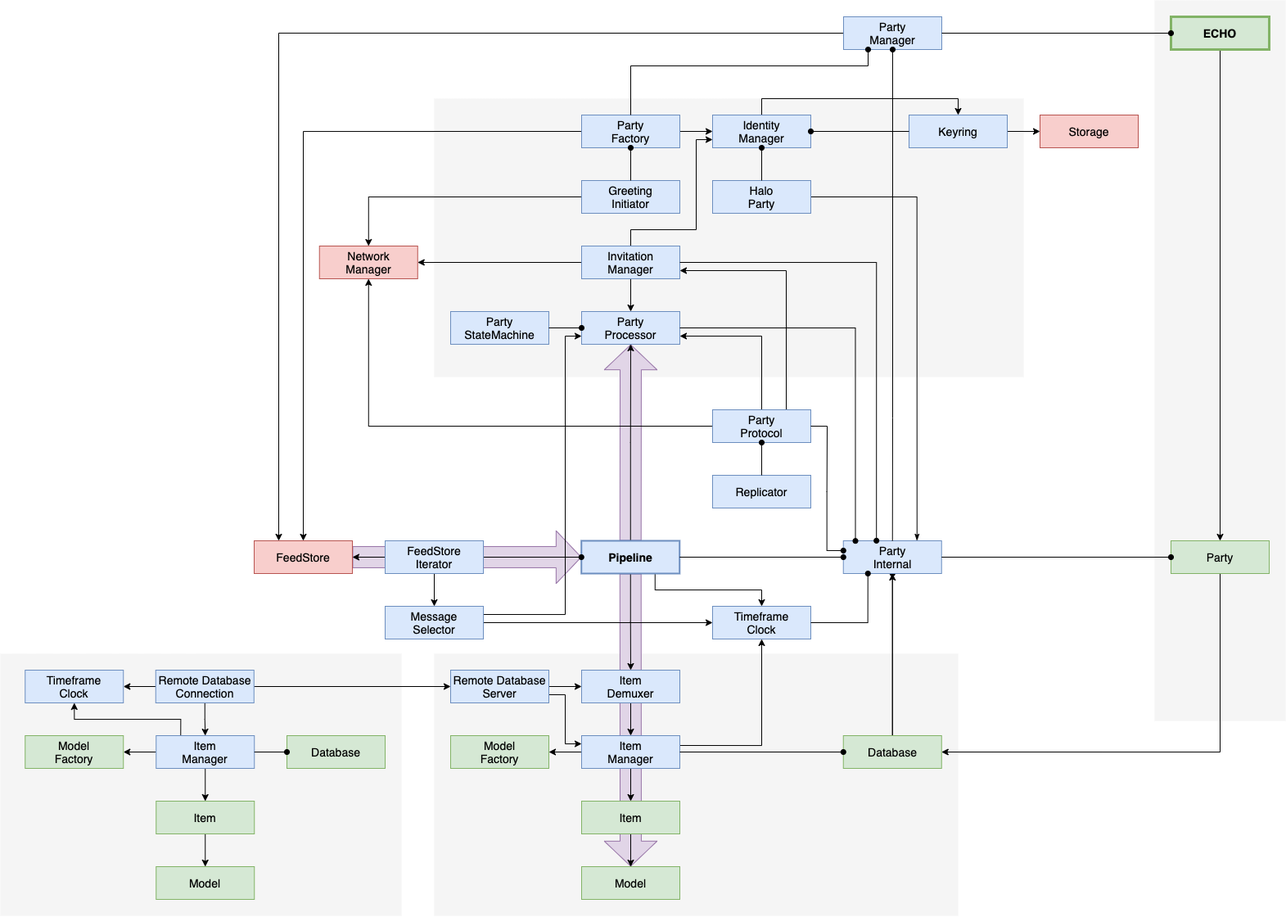
Earlier version of the draw.io export docs/content/diagrams/data-processing-2.png (dxos/echo). Source tidied: cells renumbered, new cells last; positions are measured from the earlier drawing's top-left corner, leaving out a move shared by most shapes.
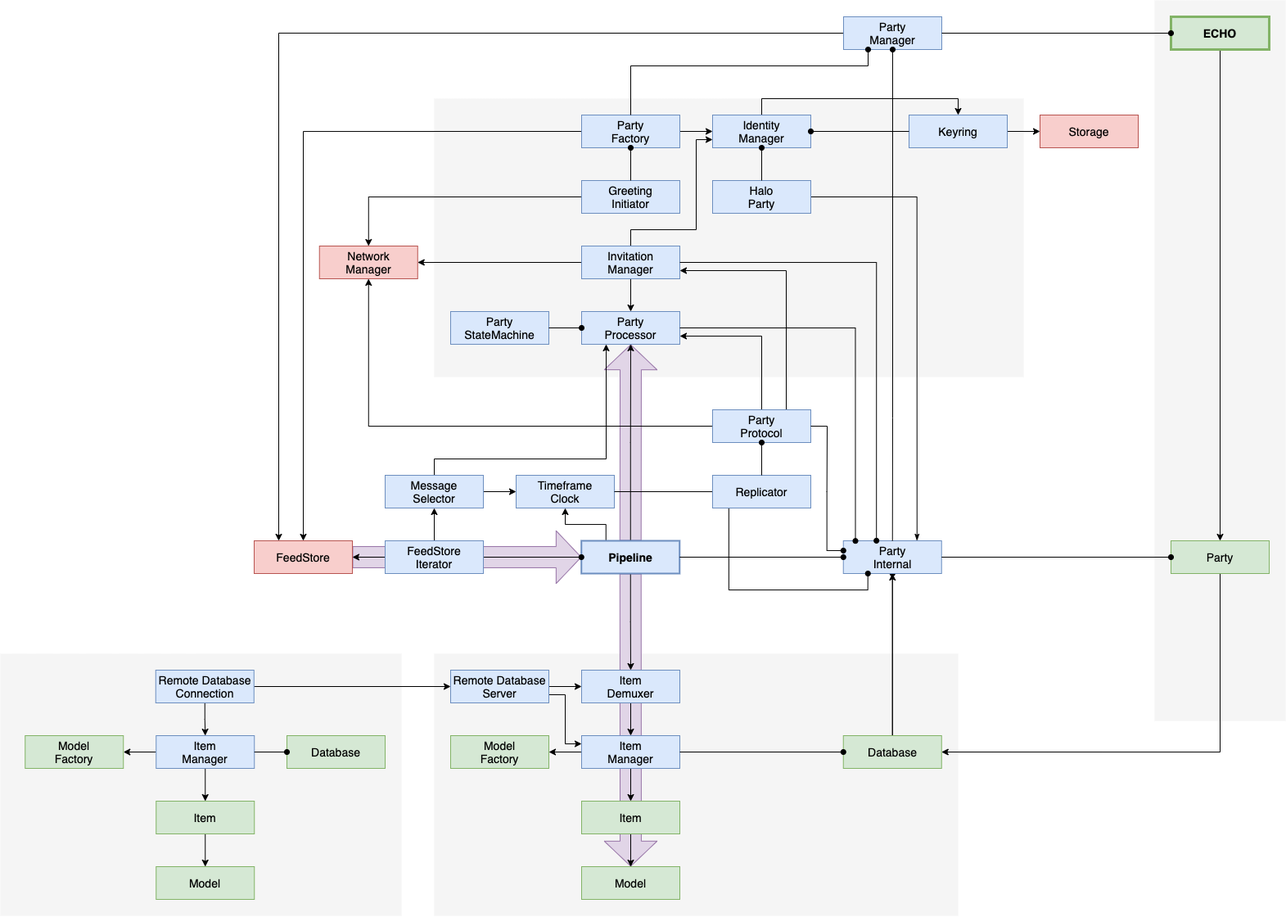
Later version of the same file.

What changed in the source:
```diff
@@ -40,14 +40,6 @@
     <mxCell id="13" style="edgeStyle=orthogonalEdgeStyle;rounded=0;jettySize=auto;html=1;exitX=0.5;exitY=1;exitDx=0;exitDy=0;" parent="1" edge="1" source="63" target="17">
       <mxGeometry relative="1" as="geometry" />
     </mxCell>
-    <mxCell id="14" style="edgeStyle=orthogonalEdgeStyle;rounded=0;jettySize=auto;html=1;" parent="1" edge="1" target="25">
-      <mxGeometry relative="1" as="geometry">
-        <mxPoint x="830" y="910" as="sourcePoint" />
-        <Array as="points">
-          <mxPoint x="930" y="910" />
-        </Array>
-      </mxGeometry>
-    </mxCell>
     <mxCell id="15" style="edgeStyle=orthogonalEdgeStyle;rounded=0;jettySize=auto;html=1;exitX=0;exitY=0.5;exitDx=0;exitDy=0;entryX=1;entryY=0.5;entryDx=0;entryDy=0;" parent="1" edge="1" source="63" target="35">
       <mxGeometry relative="1" as="geometry" />
     </mxCell>
@@ -66,7 +58,7 @@
     <mxCell id="20" style="edgeStyle=orthogonalEdgeStyle;rounded=0;jettySize=auto;html=1;exitX=0.5;exitY=0;exitDx=0;exitDy=0;" parent="1" edge="1" source="22" target="23">
       <mxGeometry relative="1" as="geometry" />
     </mxCell>
-    <mxCell id="21" style="edgeStyle=orthogonalEdgeStyle;rounded=0;jettySize=auto;html=1;exitX=0.75;exitY=1;exitDx=0;exitDy=0;" parent="1" edge="1" source="22" target="25">
+    <mxCell id="21" style="edgeStyle=orthogonalEdgeStyle;rounded=0;jettySize=auto;html=1;exitX=0.25;exitY=0;exitDx=0;exitDy=0;" parent="1" edge="1" source="22" target="25">
       <mxGeometry relative="1" as="geometry" />
     </mxCell>
     <mxCell id="22" value="Pipeline" style="rounded=0;whiteSpace=wrap;html=1;fontSize=14;fontFamily=Helvetica;fillColor=#dae8fc;strokeColor=#6c8ebf;fontStyle=1;strokeWidth=2;" parent="1" vertex="1">
@@ -79,7 +71,7 @@
       <mxGeometry x="550" y="380" width="120" height="40" as="geometry" />
     </mxCell>
     <mxCell id="25" value="Timeframe&lt;br&gt;Clock" style="rounded=0;whiteSpace=wrap;html=1;fontSize=14;fontFamily=Helvetica;fillColor=#dae8fc;strokeColor=#6c8ebf;fontStyle=0;strokeWidth=1;" parent="1" vertex="1">
-      <mxGeometry x="870" y="740" width="120" height="40" as="geometry" />
+      <mxGeometry x="630" y="580" width="120" height="40" as="geometry" />
     </mxCell>
     <mxCell id="26" value="Identity&lt;br&gt;Manager" style="rounded=0;whiteSpace=wrap;html=1;fontSize=14;fontFamily=Helvetica;fillColor=#dae8fc;strokeColor=#6c8ebf;fontStyle=0;strokeWidth=1;" parent="1" vertex="1">
       <mxGeometry x="870" y="140" width="120" height="40" as="geometry" />
@@ -149,7 +141,7 @@
     <mxCell id="43" style="edgeStyle=orthogonalEdgeStyle;rounded=0;jettySize=auto;html=1;exitX=0;exitY=0.5;exitDx=0;exitDy=0;" parent="1" edge="1" source="80" target="62">
       <mxGeometry relative="1" as="geometry" />
     </mxCell>
-    <mxCell id="44" style="edgeStyle=orthogonalEdgeStyle;rounded=0;jettySize=auto;html=1;exitX=0.5;exitY=1;exitDx=0;exitDy=0;endArrow=classic;" parent="1" edge="1" source="80" target="58">
+    <mxCell id="44" style="edgeStyle=orthogonalEdgeStyle;rounded=0;jettySize=auto;html=1;exitX=0.5;exitY=0;exitDx=0;exitDy=0;endArrow=classic;" parent="1" edge="1" source="80" target="58">
       <mxGeometry relative="1" as="geometry" />
     </mxCell>
     <mxCell id="45" style="edgeStyle=orthogonalEdgeStyle;rounded=0;jettySize=auto;html=1;exitX=0.5;exitY=1;exitDx=0;exitDy=0;entryX=0.5;entryY=0;entryDx=0;entryDy=0;" parent="1" edge="1" source="46" target="63">
@@ -188,16 +180,16 @@
     <mxCell id="56" style="edgeStyle=orthogonalEdgeStyle;rounded=0;jettySize=auto;html=1;exitX=1;exitY=0.5;exitDx=0;exitDy=0;entryX=0;entryY=0.5;entryDx=0;entryDy=0;" parent="1" edge="1" source="58" target="25">
       <mxGeometry relative="1" as="geometry" />
     </mxCell>
-    <mxCell id="57" style="edgeStyle=orthogonalEdgeStyle;rounded=0;jettySize=auto;html=1;exitX=1;exitY=0.25;exitDx=0;exitDy=0;entryX=0;entryY=0.75;entryDx=0;entryDy=0;" parent="1" edge="1" source="58" target="23">
+    <mxCell id="57" style="edgeStyle=orthogonalEdgeStyle;rounded=0;jettySize=auto;html=1;exitX=0.5;exitY=0;exitDx=0;exitDy=0;entryX=0.25;entryY=1;entryDx=0;entryDy=0;" parent="1" edge="1" source="58" target="23">
       <mxGeometry relative="1" as="geometry">
         <Array as="points">
-          <mxPoint x="690" y="750" />
-          <mxPoint x="690" y="410" />
+          <mxPoint x="530" y="560" />
+          <mxPoint x="740" y="560" />
         </Array>
       </mxGeometry>
     </mxCell>
     <mxCell id="58" value="Message&lt;br&gt;Selector" style="rounded=0;whiteSpace=wrap;html=1;fontSize=14;fontFamily=Helvetica;fillColor=#dae8fc;strokeColor=#6c8ebf;fontStyle=0;strokeWidth=1;" parent="1" vertex="1">
-      <mxGeometry x="470" y="740" width="120" height="40" as="geometry" />
+      <mxGeometry x="470" y="580" width="120" height="40" as="geometry" />
     </mxCell>
     <mxCell id="59" value="Replicator" style="rounded=0;whiteSpace=wrap;html=1;fontSize=14;fontFamily=Helvetica;fillColor=#dae8fc;strokeColor=#6c8ebf;fontStyle=0;strokeWidth=1;" parent="1" vertex="1">
       <mxGeometry x="870" y="580" width="120" height="40" as="geometry" />
@@ -299,9 +291,6 @@
     <mxCell id="88" value="Database" style="rounded=0;whiteSpace=wrap;html=1;fontSize=14;fontFamily=Helvetica;fillColor=#d5e8d4;strokeColor=#82b366;fontStyle=0;strokeWidth=1;" parent="1" vertex="1">
       <mxGeometry x="350" y="898" width="120" height="40" as="geometry" />
     </mxCell>
-    <mxCell id="89" style="edgeStyle=orthogonalEdgeStyle;rounded=0;jettySize=auto;html=1;exitX=0.25;exitY=0;exitDx=0;exitDy=0;entryX=0.5;entryY=1;entryDx=0;entryDy=0;" parent="1" edge="1" source="90" target="99">
-      <mxGeometry relative="1" as="geometry" />
-    </mxCell>
     <mxCell id="90" value="Item&lt;br&gt;Manager" style="rounded=0;whiteSpace=wrap;html=1;fontSize=14;fontFamily=Helvetica;fillColor=#dae8fc;strokeColor=#6c8ebf;fontStyle=0;strokeWidth=1;" parent="1" vertex="1">
       <mxGeometry x="190.2" y="898" width="120" height="40" as="geometry" />
     </mxCell>
@@ -314,9 +303,6 @@
     <mxCell id="93" style="edgeStyle=orthogonalEdgeStyle;rounded=0;jettySize=auto;html=1;exitX=1;exitY=0.5;exitDx=0;exitDy=0;" parent="1" edge="1" source="95" target="98">
       <mxGeometry relative="1" as="geometry" />
     </mxCell>
-    <mxCell id="94" style="edgeStyle=orthogonalEdgeStyle;rounded=0;jettySize=auto;html=1;exitX=0;exitY=0.5;exitDx=0;exitDy=0;entryX=1;entryY=0.5;entryDx=0;entryDy=0;" parent="1" edge="1" source="95" target="99">
-      <mxGeometry relative="1" as="geometry" />
-    </mxCell>
     <mxCell id="95" value="Remote Database Connection" style="rounded=0;whiteSpace=wrap;html=1;fontSize=14;fontFamily=Helvetica;fillColor=#dae8fc;strokeColor=#6c8ebf;fontStyle=0;strokeWidth=1;" parent="1" vertex="1">
       <mxGeometry x="189.8" y="818" width="120" height="40" as="geometry" />
     </mxCell>
@@ -329,8 +315,5 @@
     <mxCell id="98" value="Remote Database Server" style="rounded=0;whiteSpace=wrap;html=1;fontSize=14;fontFamily=Helvetica;fillColor=#dae8fc;strokeColor=#6c8ebf;fontStyle=0;strokeWidth=1;" parent="1" vertex="1">
       <mxGeometry x="550" y="818" width="120" height="40" as="geometry" />
     </mxCell>
-    <mxCell id="99" value="Timeframe&lt;br&gt;Clock" style="rounded=0;whiteSpace=wrap;html=1;fontSize=14;fontFamily=Helvetica;fillColor=#dae8fc;strokeColor=#6c8ebf;fontStyle=0;strokeWidth=1;" parent="1" vertex="1">
-      <mxGeometry x="30.2" y="818" width="120" height="40" as="geometry" />
-    </mxCell>
   </root>
 </mxGraphModel>
```
